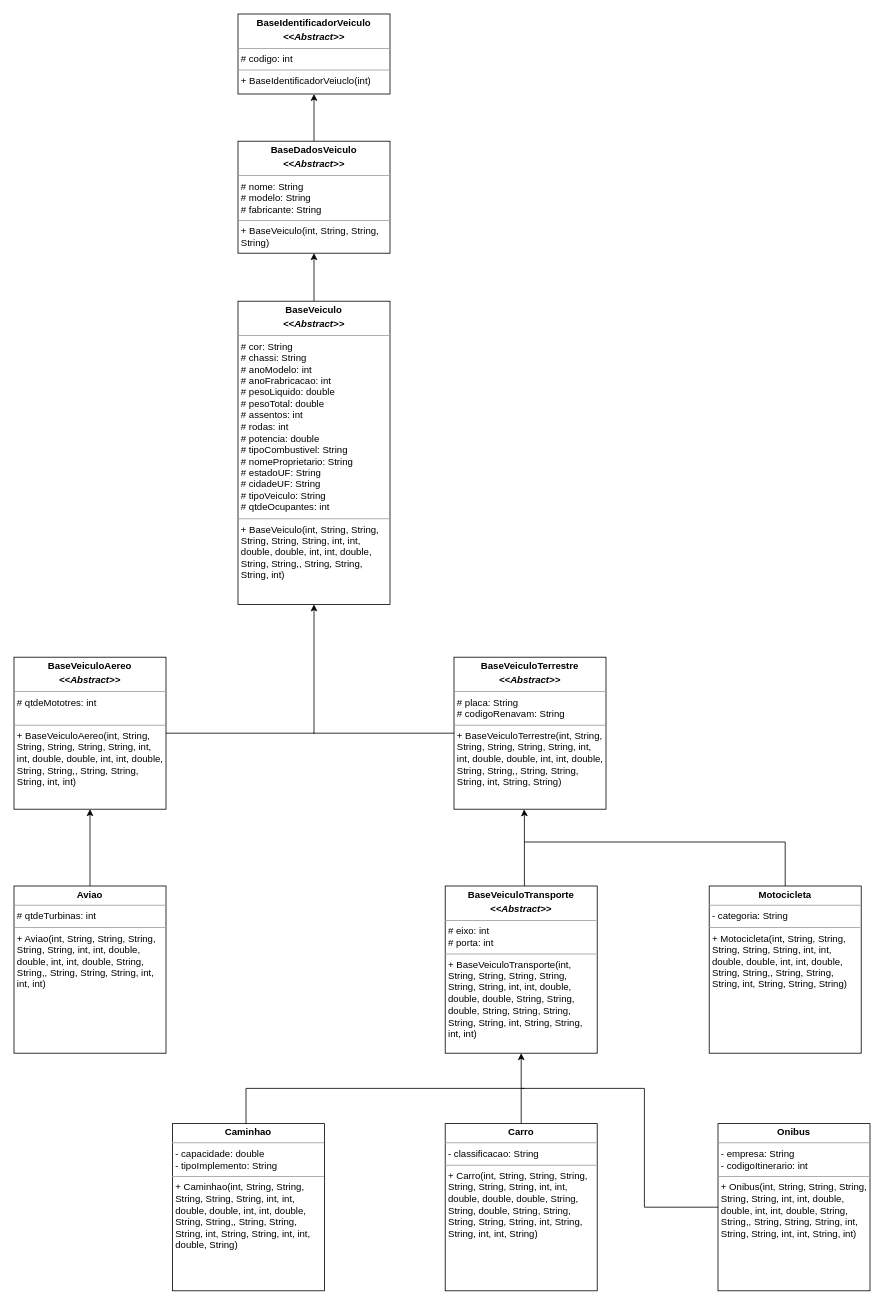
Above: looAtividade05.drawio in caiobr012/looAtivdade05 (draw.io), before the change. Source tidied: cells renumbered, new cells numbered last; positions are measured from the earlier drawing's top-left corner, leaving out a move shared by most shapes. Both pictures are drawn from the tidied source at 80%, with x=0, y=0 at pixel (14, 14).
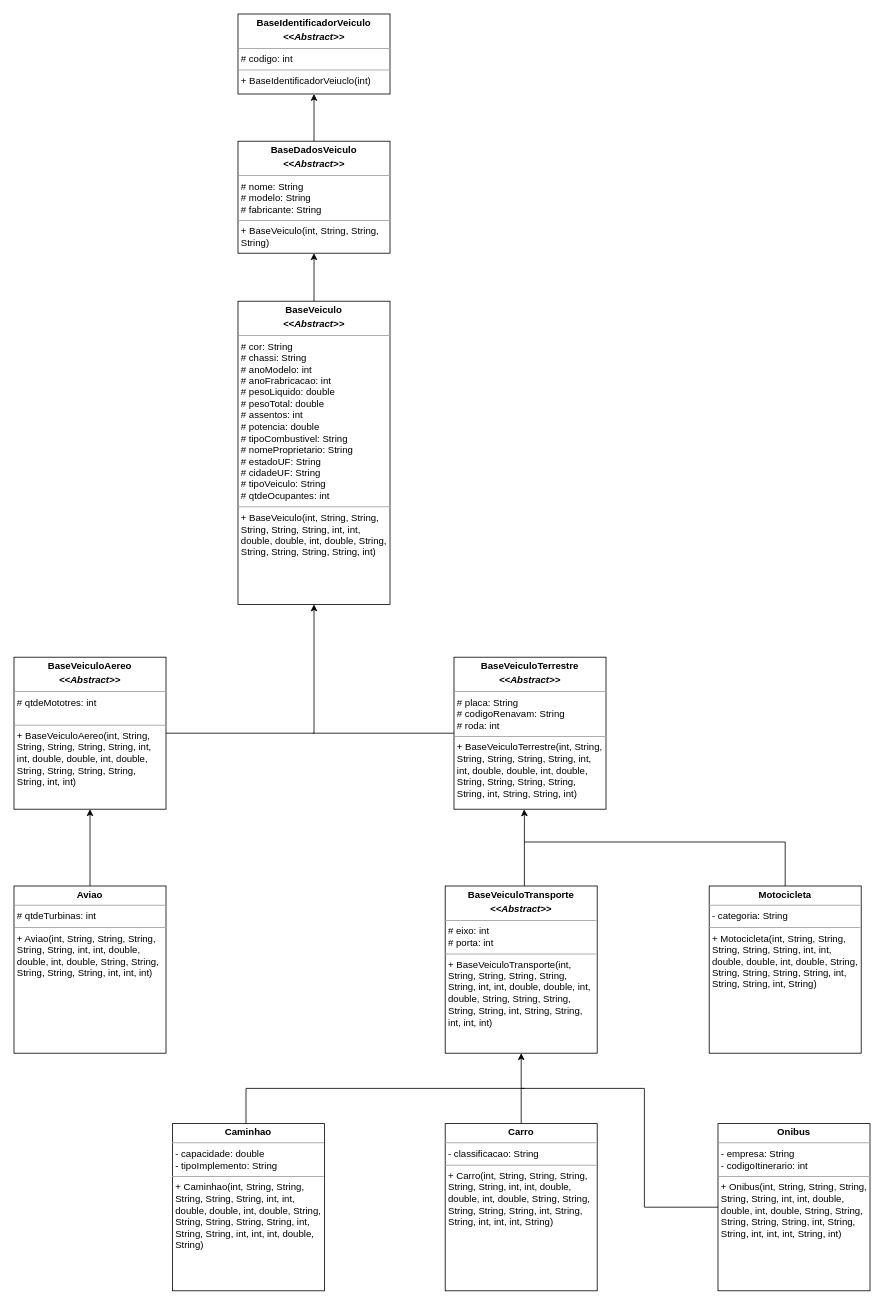
After the change.

Diff of the diagram source:
```diff
@@
-    <mxCell id="6" value="&lt;p style=&quot;border-color: var(--border-color); margin: 4px 0px 0px; text-align: center;&quot;&gt;&lt;b&gt;BaseVeiculo&lt;/b&gt;&lt;/p&gt;&lt;p style=&quot;border-color: var(--border-color); margin: 4px 0px 0px; text-align: center;&quot;&gt;&lt;i style=&quot;border-color: var(--border-color);&quot;&gt;&lt;b style=&quot;border-color: var(--border-color);&quot;&gt;&amp;lt;&amp;lt;Abstract&amp;gt;&amp;gt;&lt;/b&gt;&lt;/i&gt;&lt;/p&gt;&lt;hr size=&quot;1&quot;&gt;&lt;p style=&quot;margin:0px;margin-left:4px;&quot;&gt;# cor: String&lt;/p&gt;&lt;p style=&quot;margin:0px;margin-left:4px;&quot;&gt;# chassi: String&lt;/p&gt;&lt;p style=&quot;margin:0px;margin-left:4px;&quot;&gt;# anoModelo: int&lt;/p&gt;&lt;p style=&quot;margin:0px;margin-left:4px;&quot;&gt;# anoFrabricacao: int&lt;/p&gt;&lt;p style=&quot;margin:0px;margin-left:4px;&quot;&gt;# pesoLiquido: double&lt;/p&gt;&lt;p style=&quot;margin:0px;margin-left:4px;&quot;&gt;# pesoTotal: double&lt;/p&gt;&lt;p style=&quot;margin:0px;margin-left:4px;&quot;&gt;# assentos: int&lt;/p&gt;&lt;p style=&quot;margin:0px;margin-left:4px;&quot;&gt;# rodas: int&lt;/p&gt;&lt;p style=&quot;margin:0px;margin-left:4px;&quot;&gt;# potencia: double&lt;/p&gt;&lt;p style=&quot;margin:0px;margin-left:4px;&quot;&gt;# tipoCombustivel: String&lt;/p&gt;&lt;p style=&quot;margin:0px;margin-left:4px;&quot;&gt;# nomeProprietario: String&lt;/p&gt;&lt;p style=&quot;margin:0px;margin-left:4px;&quot;&gt;# estadoUF: String&lt;/p&gt;&lt;p style=&quot;margin:0px;margin-left:4px;&quot;&gt;# cidadeUF: String&lt;/p&gt;&lt;p style=&quot;margin:0px;margin-left:4px;&quot;&gt;# tipoVeiculo: String&lt;/p&gt;&lt;p style=&quot;margin:0px;margin-left:4px;&quot;&gt;# qtdeOcupantes: int&lt;/p&gt;&lt;hr size=&quot;1&quot;&gt;&lt;p style=&quot;margin:0px;margin-left:4px;&quot;&gt;+ BaseVeiculo(int, String, String, String, String, String, int, int, double, double, int, int, double, String, String,, String, String, String, int)&lt;/p&gt;" style="verticalAlign=top;align=left;overflow=fill;fontSize=12;fontFamily=Helvetica;html=1;whiteSpace=wrap;" parent="1" vertex="1">
+    <mxCell id="6" value="&lt;p style=&quot;border-color: var(--border-color); margin: 4px 0px 0px; text-align: center;&quot;&gt;&lt;b&gt;BaseVeiculo&lt;/b&gt;&lt;/p&gt;&lt;p style=&quot;border-color: var(--border-color); margin: 4px 0px 0px; text-align: center;&quot;&gt;&lt;i style=&quot;border-color: var(--border-color);&quot;&gt;&lt;b style=&quot;border-color: var(--border-color);&quot;&gt;&amp;lt;&amp;lt;Abstract&amp;gt;&amp;gt;&lt;/b&gt;&lt;/i&gt;&lt;/p&gt;&lt;hr size=&quot;1&quot;&gt;&lt;p style=&quot;margin:0px;margin-left:4px;&quot;&gt;# cor: String&lt;/p&gt;&lt;p style=&quot;margin:0px;margin-left:4px;&quot;&gt;# chassi: String&lt;/p&gt;&lt;p style=&quot;margin:0px;margin-left:4px;&quot;&gt;# anoModelo: int&lt;/p&gt;&lt;p style=&quot;margin:0px;margin-left:4px;&quot;&gt;# anoFrabricacao: int&lt;/p&gt;&lt;p style=&quot;margin:0px;margin-left:4px;&quot;&gt;# pesoLiquido: double&lt;/p&gt;&lt;p style=&quot;margin:0px;margin-left:4px;&quot;&gt;# pesoTotal: double&lt;/p&gt;&lt;p style=&quot;margin:0px;margin-left:4px;&quot;&gt;# assentos: int&lt;/p&gt;&lt;p style=&quot;margin:0px;margin-left:4px;&quot;&gt;# potencia: double&lt;/p&gt;&lt;p style=&quot;margin:0px;margin-left:4px;&quot;&gt;# tipoCombustivel: String&lt;/p&gt;&lt;p style=&quot;margin:0px;margin-left:4px;&quot;&gt;# nomeProprietario: String&lt;/p&gt;&lt;p style=&quot;margin:0px;margin-left:4px;&quot;&gt;# estadoUF: String&lt;/p&gt;&lt;p style=&quot;margin:0px;margin-left:4px;&quot;&gt;# cidadeUF: String&lt;/p&gt;&lt;p style=&quot;margin:0px;margin-left:4px;&quot;&gt;# tipoVeiculo: String&lt;/p&gt;&lt;p style=&quot;margin:0px;margin-left:4px;&quot;&gt;# qtdeOcupantes: int&lt;/p&gt;&lt;hr size=&quot;1&quot;&gt;&lt;p style=&quot;margin:0px;margin-left:4px;&quot;&gt;+ BaseVeiculo(int, String, String, String, String, String, int, int, double, double, int, double, String, String, String, String, String, int)&lt;/p&gt;" style="verticalAlign=top;align=left;overflow=fill;fontSize=12;fontFamily=Helvetica;html=1;whiteSpace=wrap;" parent="1" vertex="1">
       <mxGeometry x="280" y="359" width="190" height="379" as="geometry" />
     </mxCell>
@@
-    <mxCell id="8" value="&lt;p style=&quot;border-color: var(--border-color); margin: 4px 0px 0px; text-align: center;&quot;&gt;&lt;b style=&quot;border-color: var(--border-color);&quot;&gt;BaseVeiculoTerrestre&lt;/b&gt;&lt;/p&gt;&lt;p style=&quot;border-color: var(--border-color); margin: 4px 0px 0px; text-align: center;&quot;&gt;&lt;i style=&quot;border-color: var(--border-color);&quot;&gt;&lt;b style=&quot;border-color: var(--border-color);&quot;&gt;&amp;lt;&amp;lt;Abstract&amp;gt;&amp;gt;&lt;/b&gt;&lt;/i&gt;&lt;/p&gt;&lt;hr size=&quot;1&quot;&gt;&lt;p style=&quot;margin:0px;margin-left:4px;&quot;&gt;# placa: String&lt;/p&gt;&lt;p style=&quot;margin:0px;margin-left:4px;&quot;&gt;# codigoRenavam: String&lt;/p&gt;&lt;hr size=&quot;1&quot;&gt;&lt;p style=&quot;margin:0px;margin-left:4px;&quot;&gt;+ BaseVeiculoTerrestre(int, String, String, String, String, String, int, int, double, double, int, int, double, String, String,, String, String, String, int, String, String)&lt;br&gt;&lt;/p&gt;" style="verticalAlign=top;align=left;overflow=fill;fontSize=12;fontFamily=Helvetica;html=1;whiteSpace=wrap;" parent="1" vertex="1">
+    <mxCell id="8" value="&lt;p style=&quot;border-color: var(--border-color); margin: 4px 0px 0px; text-align: center;&quot;&gt;&lt;b style=&quot;border-color: var(--border-color);&quot;&gt;BaseVeiculoTerrestre&lt;/b&gt;&lt;/p&gt;&lt;p style=&quot;border-color: var(--border-color); margin: 4px 0px 0px; text-align: center;&quot;&gt;&lt;i style=&quot;border-color: var(--border-color);&quot;&gt;&lt;b style=&quot;border-color: var(--border-color);&quot;&gt;&amp;lt;&amp;lt;Abstract&amp;gt;&amp;gt;&lt;/b&gt;&lt;/i&gt;&lt;/p&gt;&lt;hr size=&quot;1&quot;&gt;&lt;p style=&quot;margin:0px;margin-left:4px;&quot;&gt;# placa: String&lt;/p&gt;&lt;p style=&quot;margin:0px;margin-left:4px;&quot;&gt;# codigoRenavam: String&lt;/p&gt;&lt;p style=&quot;margin:0px;margin-left:4px;&quot;&gt;# roda: int&lt;/p&gt;&lt;hr size=&quot;1&quot;&gt;&lt;p style=&quot;margin:0px;margin-left:4px;&quot;&gt;+ BaseVeiculoTerrestre(int, String, String, String, String, String, int, int, double, double, int, double, String, String, String, String, String, int, String, String, int)&lt;br&gt;&lt;/p&gt;" style="verticalAlign=top;align=left;overflow=fill;fontSize=12;fontFamily=Helvetica;html=1;whiteSpace=wrap;" parent="1" vertex="1">
       <mxGeometry x="550" y="804" width="190" height="190" as="geometry" />
     </mxCell>
@@
-    <mxCell id="10" value="&lt;p style=&quot;margin:0px;margin-top:4px;text-align:center;&quot;&gt;&lt;b&gt;Motocicleta&lt;/b&gt;&lt;/p&gt;&lt;hr size=&quot;1&quot;&gt;&lt;p style=&quot;margin:0px;margin-left:4px;&quot;&gt;- categoria: String&lt;br&gt;&lt;/p&gt;&lt;hr size=&quot;1&quot;&gt;&lt;p style=&quot;margin:0px;margin-left:4px;&quot;&gt;&lt;span style=&quot;background-color: initial;&quot;&gt;+ Motocicleta(int, String, String, String, String, String, int, int, double, double, int, int, double, String, String,, String, String, String, int, String, String, String)&lt;/span&gt;&lt;br&gt;&lt;/p&gt;" style="verticalAlign=top;align=left;overflow=fill;fontSize=12;fontFamily=Helvetica;html=1;whiteSpace=wrap;" parent="1" vertex="1">
+    <mxCell id="10" value="&lt;p style=&quot;margin:0px;margin-top:4px;text-align:center;&quot;&gt;&lt;b&gt;Motocicleta&lt;/b&gt;&lt;/p&gt;&lt;hr size=&quot;1&quot;&gt;&lt;p style=&quot;margin:0px;margin-left:4px;&quot;&gt;- categoria: String&lt;br&gt;&lt;/p&gt;&lt;hr size=&quot;1&quot;&gt;&lt;p style=&quot;margin:0px;margin-left:4px;&quot;&gt;+ Motocicleta(int, String, String, String, String, String, int, int, double, double, int, double, String, String, String, String, String, int, String, String, int, String)&lt;br&gt;&lt;/p&gt;" style="verticalAlign=top;align=left;overflow=fill;fontSize=12;fontFamily=Helvetica;html=1;whiteSpace=wrap;" parent="1" vertex="1">
       <mxGeometry x="869" y="1090" width="190" height="209" as="geometry" />
     </mxCell>
@@
-    <mxCell id="12" value="&lt;p style=&quot;margin:0px;margin-top:4px;text-align:center;&quot;&gt;&lt;b&gt;Aviao&lt;/b&gt;&lt;/p&gt;&lt;hr size=&quot;1&quot;&gt;&lt;p style=&quot;margin:0px;margin-left:4px;&quot;&gt;# qtdeTurbinas: int&lt;/p&gt;&lt;hr size=&quot;1&quot;&gt;&lt;p style=&quot;margin:0px;margin-left:4px;&quot;&gt;+ Aviao(int, String, String, String, String, String, int, int, double, double, int, int, double, String, String,, String, String, String, int, int, int)&lt;br&gt;&lt;/p&gt;" style="verticalAlign=top;align=left;overflow=fill;fontSize=12;fontFamily=Helvetica;html=1;whiteSpace=wrap;" parent="1" vertex="1">
+    <mxCell id="12" value="&lt;p style=&quot;margin:0px;margin-top:4px;text-align:center;&quot;&gt;&lt;b&gt;Aviao&lt;/b&gt;&lt;/p&gt;&lt;hr size=&quot;1&quot;&gt;&lt;p style=&quot;margin:0px;margin-left:4px;&quot;&gt;# qtdeTurbinas: int&lt;/p&gt;&lt;hr size=&quot;1&quot;&gt;&lt;p style=&quot;margin:0px;margin-left:4px;&quot;&gt;+ Aviao(int, String, String, String, String, String, int, int, double, double, int, double, String, String, String, String, String, int, int, int)&lt;br&gt;&lt;/p&gt;" style="verticalAlign=top;align=left;overflow=fill;fontSize=12;fontFamily=Helvetica;html=1;whiteSpace=wrap;" parent="1" vertex="1">
       <mxGeometry y="1090" width="190" height="209" as="geometry" />
     </mxCell>
@@
-    <mxCell id="14" value="&lt;p style=&quot;border-color: var(--border-color); margin: 4px 0px 0px; text-align: center;&quot;&gt;&lt;b style=&quot;border-color: var(--border-color);&quot;&gt;BaseVeiculoTransporte&lt;/b&gt;&lt;/p&gt;&lt;p style=&quot;border-color: var(--border-color); margin: 4px 0px 0px; text-align: center;&quot;&gt;&lt;i style=&quot;border-color: var(--border-color);&quot;&gt;&lt;b style=&quot;border-color: var(--border-color);&quot;&gt;&amp;lt;&amp;lt;Abstract&amp;gt;&amp;gt;&lt;/b&gt;&lt;/i&gt;&lt;/p&gt;&lt;hr size=&quot;1&quot;&gt;&lt;p style=&quot;margin:0px;margin-left:4px;&quot;&gt;# eixo: int&lt;/p&gt;&lt;p style=&quot;margin:0px;margin-left:4px;&quot;&gt;# porta: int&lt;/p&gt;&lt;hr size=&quot;1&quot;&gt;&lt;p style=&quot;margin:0px;margin-left:4px;&quot;&gt;+ BaseVeiculoTransporte(int, String, String, String, String, String, String, int, int, double, double, double, String, String, double, String, String, String, String, String, int, String, String, int, int)&lt;br&gt;&lt;/p&gt;" style="verticalAlign=top;align=left;overflow=fill;fontSize=12;fontFamily=Helvetica;html=1;whiteSpace=wrap;" parent="1" vertex="1">
+    <mxCell id="14" value="&lt;p style=&quot;border-color: var(--border-color); margin: 4px 0px 0px; text-align: center;&quot;&gt;&lt;b style=&quot;border-color: var(--border-color);&quot;&gt;BaseVeiculoTransporte&lt;/b&gt;&lt;/p&gt;&lt;p style=&quot;border-color: var(--border-color); margin: 4px 0px 0px; text-align: center;&quot;&gt;&lt;i style=&quot;border-color: var(--border-color);&quot;&gt;&lt;b style=&quot;border-color: var(--border-color);&quot;&gt;&amp;lt;&amp;lt;Abstract&amp;gt;&amp;gt;&lt;/b&gt;&lt;/i&gt;&lt;/p&gt;&lt;hr size=&quot;1&quot;&gt;&lt;p style=&quot;margin:0px;margin-left:4px;&quot;&gt;# eixo: int&lt;/p&gt;&lt;p style=&quot;margin:0px;margin-left:4px;&quot;&gt;# porta: int&lt;/p&gt;&lt;hr size=&quot;1&quot;&gt;&lt;p style=&quot;margin:0px;margin-left:4px;&quot;&gt;+ BaseVeiculoTransporte(int, String, String, String, String, String, int, int, double, double, int, double, String, String, String, String, String, int, String, String, int, int, int)&lt;br&gt;&lt;/p&gt;" style="verticalAlign=top;align=left;overflow=fill;fontSize=12;fontFamily=Helvetica;html=1;whiteSpace=wrap;" parent="1" vertex="1">
       <mxGeometry x="539" y="1090" width="190" height="209" as="geometry" />
     </mxCell>
@@
-    <mxCell id="16" value="&lt;p style=&quot;margin:0px;margin-top:4px;text-align:center;&quot;&gt;&lt;b&gt;Caminhao&lt;/b&gt;&lt;/p&gt;&lt;hr size=&quot;1&quot;&gt;&lt;p style=&quot;margin:0px;margin-left:4px;&quot;&gt;- capacidade: double&lt;br&gt;- tipoImplemento: String&lt;/p&gt;&lt;hr size=&quot;1&quot;&gt;&lt;p style=&quot;margin:0px;margin-left:4px;&quot;&gt;&lt;span style=&quot;background-color: initial;&quot;&gt;+ Caminhao(int, String, String, String, String, String, int, int, double, double, int, int, double, String, String,, String, String, String, int, String, String, int, int, double, String)&lt;/span&gt;&lt;br&gt;&lt;/p&gt;&lt;p style=&quot;margin:0px;margin-left:4px;&quot;&gt;&lt;br&gt;&lt;/p&gt;" style="verticalAlign=top;align=left;overflow=fill;fontSize=12;fontFamily=Helvetica;html=1;whiteSpace=wrap;" parent="1" vertex="1">
+    <mxCell id="16" value="&lt;p style=&quot;margin:0px;margin-top:4px;text-align:center;&quot;&gt;&lt;b&gt;Caminhao&lt;/b&gt;&lt;/p&gt;&lt;hr size=&quot;1&quot;&gt;&lt;p style=&quot;margin:0px;margin-left:4px;&quot;&gt;- capacidade: double&lt;br&gt;- tipoImplemento: String&lt;/p&gt;&lt;hr size=&quot;1&quot;&gt;&lt;p style=&quot;margin:0px;margin-left:4px;&quot;&gt;+ Caminhao(int, String, String, String, String, String, int, int, double, double, int, double, String, String, String, String, String, int, String, String, int, int, int, double, String)&lt;br&gt;&lt;/p&gt;&lt;p style=&quot;margin:0px;margin-left:4px;&quot;&gt;&lt;br&gt;&lt;/p&gt;" style="verticalAlign=top;align=left;overflow=fill;fontSize=12;fontFamily=Helvetica;html=1;whiteSpace=wrap;" parent="1" vertex="1">
       <mxGeometry x="198" y="1387" width="190" height="209" as="geometry" />
     </mxCell>
@@
-    <mxCell id="18" value="&lt;p style=&quot;margin:0px;margin-top:4px;text-align:center;&quot;&gt;&lt;b&gt;Carro&lt;/b&gt;&lt;/p&gt;&lt;hr size=&quot;1&quot;&gt;&lt;p style=&quot;margin:0px;margin-left:4px;&quot;&gt;- classificacao: String&lt;/p&gt;&lt;hr size=&quot;1&quot;&gt;&lt;p style=&quot;margin:0px;margin-left:4px;&quot;&gt;+ Carro(int, String, String, String, String, String, String, int, int, double, double, double, String, String, double, String, String, String, String, String, int, String, String, int, int, String)&lt;br&gt;&lt;/p&gt;" style="verticalAlign=top;align=left;overflow=fill;fontSize=12;fontFamily=Helvetica;html=1;whiteSpace=wrap;" parent="1" vertex="1">
+    <mxCell id="18" value="&lt;p style=&quot;margin:0px;margin-top:4px;text-align:center;&quot;&gt;&lt;b&gt;Carro&lt;/b&gt;&lt;/p&gt;&lt;hr size=&quot;1&quot;&gt;&lt;p style=&quot;margin:0px;margin-left:4px;&quot;&gt;- classificacao: String&lt;/p&gt;&lt;hr size=&quot;1&quot;&gt;&lt;p style=&quot;margin:0px;margin-left:4px;&quot;&gt;+ Carro(int, String, String, String, String, String, int, int, double, double, int, double, String, String, String, String, String, int, String, String, int, int, int, String)&lt;br&gt;&lt;/p&gt;" style="verticalAlign=top;align=left;overflow=fill;fontSize=12;fontFamily=Helvetica;html=1;whiteSpace=wrap;" parent="1" vertex="1">
       <mxGeometry x="539" y="1387" width="190" height="209" as="geometry" />
     </mxCell>
@@
-    <mxCell id="20" value="&lt;p style=&quot;margin:0px;margin-top:4px;text-align:center;&quot;&gt;&lt;b&gt;Onibus&lt;/b&gt;&lt;/p&gt;&lt;hr size=&quot;1&quot;&gt;&lt;p style=&quot;margin:0px;margin-left:4px;&quot;&gt;- empresa: String&lt;br&gt;- codigoItinerario: int&lt;/p&gt;&lt;hr size=&quot;1&quot;&gt;&lt;p style=&quot;margin:0px;margin-left:4px;&quot;&gt;&lt;span style=&quot;background-color: initial;&quot;&gt;+ Onibus(int, String, String, String, String, String, int, int, double, double, int, int, double, String, String,, String, String, String, int, String, String, int, int, String, int)&lt;/span&gt;&lt;br&gt;&lt;/p&gt;" style="verticalAlign=top;align=left;overflow=fill;fontSize=12;fontFamily=Helvetica;html=1;whiteSpace=wrap;" parent="1" vertex="1">
+    <mxCell id="20" value="&lt;p style=&quot;margin:0px;margin-top:4px;text-align:center;&quot;&gt;&lt;b&gt;Onibus&lt;/b&gt;&lt;/p&gt;&lt;hr size=&quot;1&quot;&gt;&lt;p style=&quot;margin:0px;margin-left:4px;&quot;&gt;- empresa: String&lt;br&gt;- codigoItinerario: int&lt;/p&gt;&lt;hr size=&quot;1&quot;&gt;&lt;p style=&quot;margin:0px;margin-left:4px;&quot;&gt;+ Onibus(int, String, String, String, String, String, int, int, double, double, int, double, String, String, String, String, String, int, String, String, int, int, int, String, int)&lt;br&gt;&lt;/p&gt;" style="verticalAlign=top;align=left;overflow=fill;fontSize=12;fontFamily=Helvetica;html=1;whiteSpace=wrap;" parent="1" vertex="1">
       <mxGeometry x="880" y="1387" width="190" height="209" as="geometry" />
     </mxCell>
@@
-    <mxCell id="22" value="&lt;p style=&quot;border-color: var(--border-color); margin: 4px 0px 0px; text-align: center;&quot;&gt;&lt;b style=&quot;border-color: var(--border-color);&quot;&gt;BaseVeiculoAereo&lt;/b&gt;&lt;/p&gt;&lt;p style=&quot;border-color: var(--border-color); margin: 4px 0px 0px; text-align: center;&quot;&gt;&lt;i style=&quot;border-color: var(--border-color);&quot;&gt;&lt;b style=&quot;border-color: var(--border-color);&quot;&gt;&amp;lt;&amp;lt;Abstract&amp;gt;&amp;gt;&lt;/b&gt;&lt;/i&gt;&lt;/p&gt;&lt;hr size=&quot;1&quot;&gt;&lt;p style=&quot;margin:0px;margin-left:4px;&quot;&gt;# qtdeMototres: int&lt;br&gt;&lt;br&gt;&lt;/p&gt;&lt;hr size=&quot;1&quot;&gt;&lt;p style=&quot;margin:0px;margin-left:4px;&quot;&gt;+ BaseVeiculoAereo(int, String, String, String, String, String, int, int, double, double, int, int, double, String, String,, String, String, String, int, int)&lt;br&gt;&lt;/p&gt;" style="verticalAlign=top;align=left;overflow=fill;fontSize=12;fontFamily=Helvetica;html=1;whiteSpace=wrap;" parent="1" vertex="1">
+    <mxCell id="22" value="&lt;p style=&quot;border-color: var(--border-color); margin: 4px 0px 0px; text-align: center;&quot;&gt;&lt;b style=&quot;border-color: var(--border-color);&quot;&gt;BaseVeiculoAereo&lt;/b&gt;&lt;/p&gt;&lt;p style=&quot;border-color: var(--border-color); margin: 4px 0px 0px; text-align: center;&quot;&gt;&lt;i style=&quot;border-color: var(--border-color);&quot;&gt;&lt;b style=&quot;border-color: var(--border-color);&quot;&gt;&amp;lt;&amp;lt;Abstract&amp;gt;&amp;gt;&lt;/b&gt;&lt;/i&gt;&lt;/p&gt;&lt;hr size=&quot;1&quot;&gt;&lt;p style=&quot;margin:0px;margin-left:4px;&quot;&gt;# qtdeMototres: int&lt;br&gt;&lt;br&gt;&lt;/p&gt;&lt;hr size=&quot;1&quot;&gt;&lt;p style=&quot;margin:0px;margin-left:4px;&quot;&gt;+ BaseVeiculoAereo(int, String, String, String, String, String, int, int, double, double, int, double, String, String, String, String, String, int, int)&lt;br&gt;&lt;/p&gt;" style="verticalAlign=top;align=left;overflow=fill;fontSize=12;fontFamily=Helvetica;html=1;whiteSpace=wrap;" parent="1" vertex="1">
       <mxGeometry y="804" width="190" height="190" as="geometry" />
     </mxCell>
```
